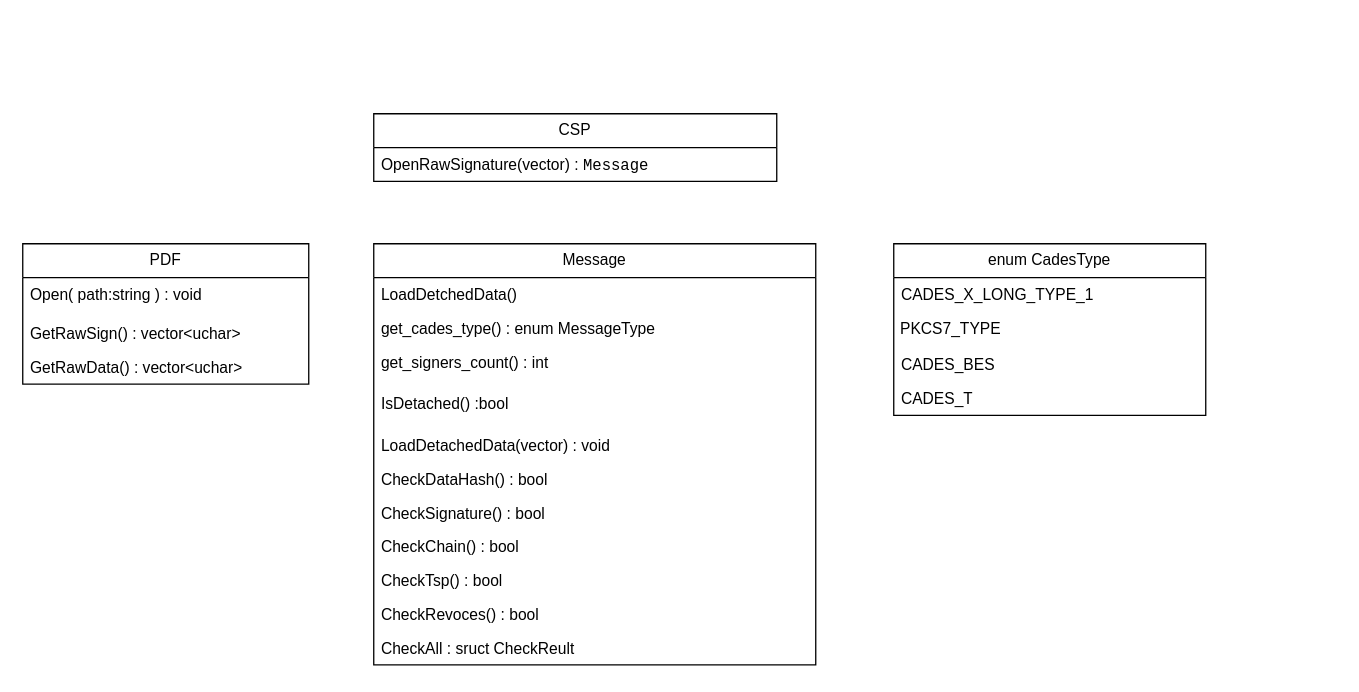
The draw.io diagram basic_struct_draft.drawio in 3036662/pdf_scp, before the edit. Source tidied: cells renumbered, new cells numbered last; positions are measured from the earlier drawing's top-left corner, leaving out a move shared by most shapes. Both pictures are drawn from the tidied source at 130%, with x=0, y=0 at pixel (22, 113).
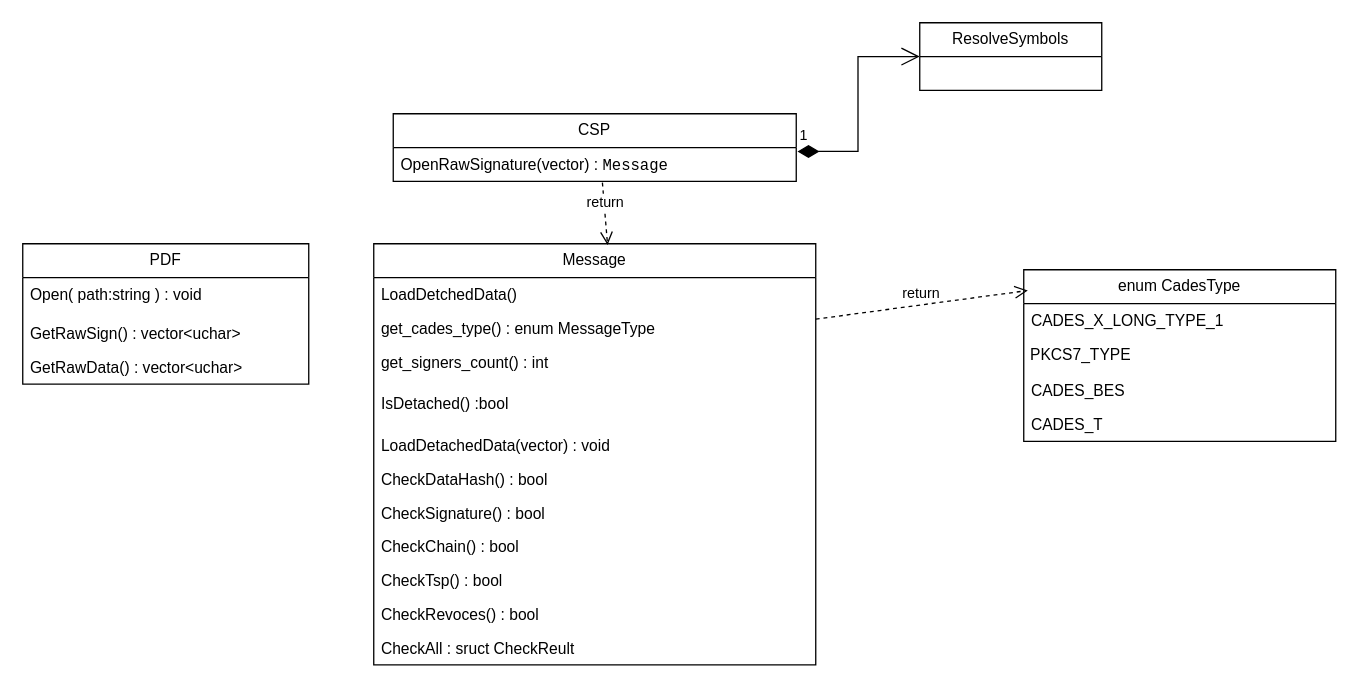
Above is the later version.

The change refers to these unchanged cells:
```xml
<mxCell id="7" value="OpenRawSignature(vector) : &lt;code class=&quot;lang-cpp&quot;&gt;&lt;span&gt;&lt;span class=&quot;hljs-function&quot;&gt;&lt;span class=&quot;hljs-title&quot;&gt;Message&lt;/span&gt;&lt;span class=&quot;hljs-params&quot;&gt;&lt;/span&gt;&lt;/span&gt;&lt;/span&gt;&lt;/code&gt; " style="text;strokeColor=none;fillColor=none;align=left;verticalAlign=top;spacingLeft=4;spacingRight=4;overflow=hidden;points=[[0,0.5],[1,0.5]];portConstraint=eastwest;whiteSpace=wrap;html=1;" parent="6" vertex="1">
  <mxGeometry y="26" width="310" height="26" as="geometry" />
</mxCell>
<mxCell id="8" value="Message" style="swimlane;fontStyle=0;horizontal=1;startSize=26;fillColor=none;whiteSpace=wrap;html=1;" parent="1" vertex="1">
  <mxGeometry x="270" y="100" width="340" height="324" as="geometry" />
</mxCell>
<mxCell id="10" value="get_cades_type() : enum MessageType" style="text;strokeColor=none;fillColor=none;align=left;verticalAlign=top;spacingLeft=4;spacingRight=4;overflow=hidden;points=[[0,0.5],[1,0.5]];portConstraint=eastwest;whiteSpace=wrap;html=1;" parent="8" vertex="1">
  <mxGeometry y="52" width="340" height="26" as="geometry" />
</mxCell>
```

Change to the diagram source:
```diff
@@
     <mxCell id="6" value="CSP" style="swimlane;fontStyle=0;horizontal=1;startSize=26;fillColor=none;whiteSpace=wrap;html=1;" parent="1" vertex="1">
-      <mxGeometry x="270" width="310" height="52" as="geometry" />
+      <mxGeometry x="285" width="310" height="52" as="geometry" />
     </mxCell>
@@
     <mxCell id="20" value="enum CadesType" style="swimlane;fontStyle=0;horizontal=1;startSize=26;fillColor=none;whiteSpace=wrap;html=1;" parent="1" vertex="1">
-      <mxGeometry x="670" y="100" width="240" height="132" as="geometry" />
+      <mxGeometry x="770" y="120" width="240" height="132" as="geometry" />
     </mxCell>
@@
+    <mxCell id="25" value="ResolveSymbols" style="swimlane;fontStyle=0;horizontal=1;startSize=26;fillColor=none;whiteSpace=wrap;html=1;" parent="1" vertex="1">
+      <mxGeometry x="690" y="-70" width="140" height="52" as="geometry" />
+    </mxCell>
+    <mxCell id="26" value="1" style="endArrow=open;html=1;endSize=12;startArrow=diamondThin;startSize=14;startFill=1;edgeStyle=orthogonalEdgeStyle;align=left;verticalAlign=bottom;rounded=0;entryX=0;entryY=0.5;entryDx=0;entryDy=0;exitX=1.003;exitY=0.115;exitDx=0;exitDy=0;exitPerimeter=0;" parent="1" edge="1" source="7" target="25">
+      <mxGeometry x="-1" y="3" relative="1" as="geometry" />
+    </mxCell>
+    <mxCell id="27" value="return" style="html=1;verticalAlign=bottom;endArrow=open;dashed=1;endSize=8;curved=0;rounded=0;exitX=0.519;exitY=1.038;exitDx=0;exitDy=0;exitPerimeter=0;entryX=0.529;entryY=0.003;entryDx=0;entryDy=0;entryPerimeter=0;" parent="1" edge="1" source="7" target="8">
+      <mxGeometry relative="1" as="geometry" />
+    </mxCell>
+    <mxCell id="28" value="return" style="html=1;verticalAlign=bottom;endArrow=open;dashed=1;endSize=8;curved=0;rounded=0;exitX=1;exitY=0.231;exitDx=0;exitDy=0;exitPerimeter=0;entryX=0.013;entryY=0.121;entryDx=0;entryDy=0;entryPerimeter=0;" parent="1" edge="1" source="10" target="20">
+      <mxGeometry relative="1" as="geometry" />
+    </mxCell>
```
